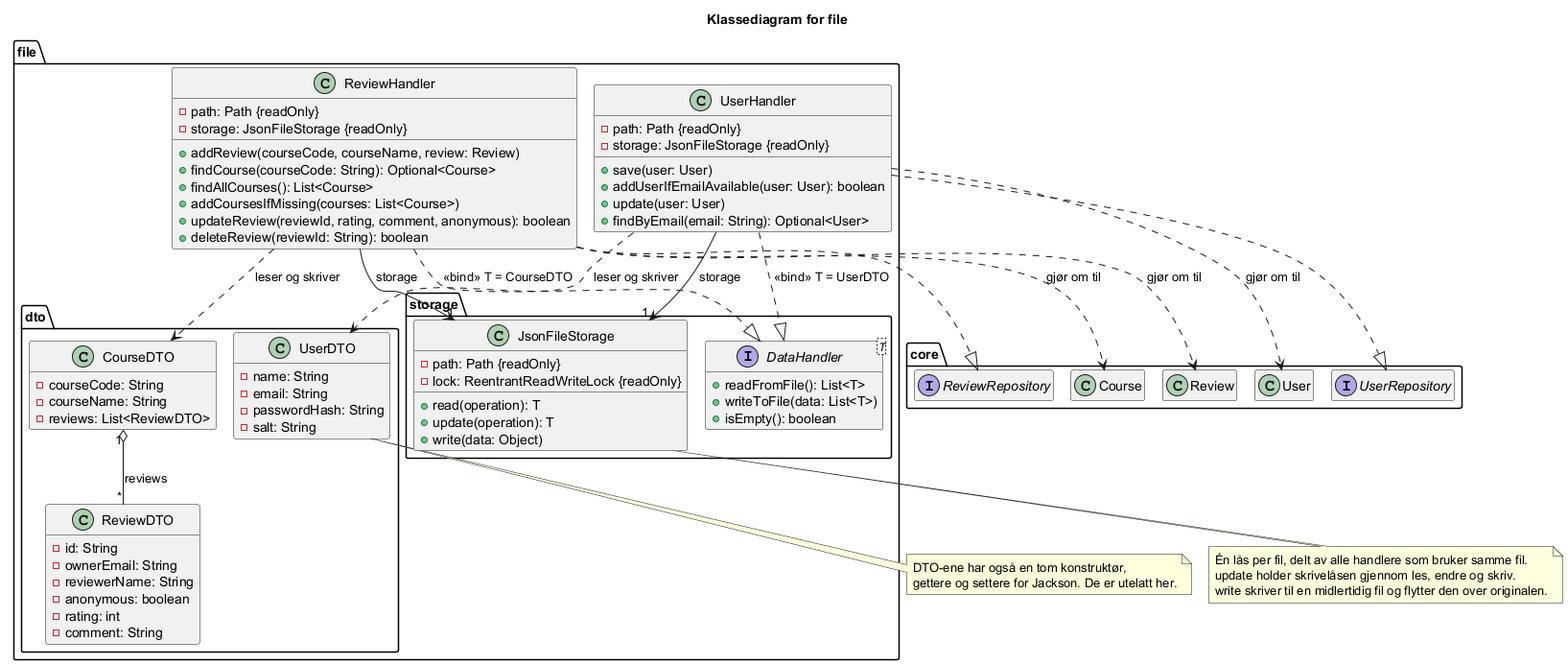
Earlier version of the PlantUML export arkitektur/png/klassediagramFile.png (JesperBarosen/BIThub).
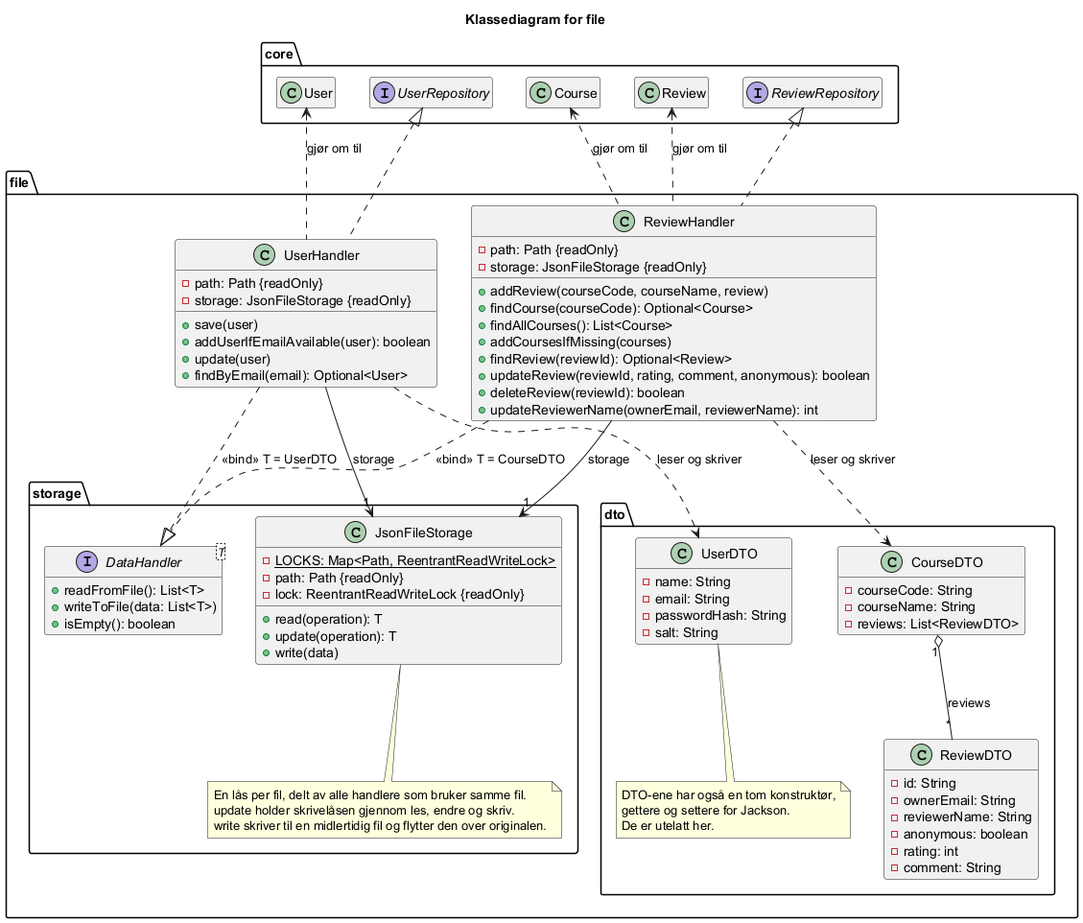
Above is the later version.

What changed in the source:
```diff
@@ -1,5 +1,4 @@
-@startuml
-!pragma layout smetana
+@startuml klassediagramFile
 hide empty members
 
 title Klassediagram for file
@@ -16,21 +15,23 @@
     class ReviewHandler {
         - path: Path {readOnly}
         - storage: JsonFileStorage {readOnly}
-        + addReview(courseCode, courseName, review: Review)
-        + findCourse(courseCode: String): Optional<Course>
+        + addReview(courseCode, courseName, review)
+        + findCourse(courseCode): Optional<Course>
         + findAllCourses(): List<Course>
-        + addCoursesIfMissing(courses: List<Course>)
+        + addCoursesIfMissing(courses)
+        + findReview(reviewId): Optional<Review>
         + updateReview(reviewId, rating, comment, anonymous): boolean
-        + deleteReview(reviewId: String): boolean
+        + deleteReview(reviewId): boolean
+        + updateReviewerName(ownerEmail, reviewerName): int
     }
 
     class UserHandler {
         - path: Path {readOnly}
         - storage: JsonFileStorage {readOnly}
-        + save(user: User)
-        + addUserIfEmailAvailable(user: User): boolean
-        + update(user: User)
-        + findByEmail(email: String): Optional<User>
+        + save(user)
+        + addUserIfEmailAvailable(user): boolean
+        + update(user)
+        + findByEmail(email): Optional<User>
     }
 }
 
@@ -42,12 +43,19 @@
     }
 
     class JsonFileStorage {
+        - {static} LOCKS: Map<Path, ReentrantReadWriteLock>
         - path: Path {readOnly}
         - lock: ReentrantReadWriteLock {readOnly}
         + read(operation): T
         + update(operation): T
-        + write(data: Object)
+        + write(data)
     }
+
+    note bottom of JsonFileStorage
+      En lås per fil, delt av alle handlere som bruker samme fil.
+      update holder skrivelåsen gjennom les, endre og skriv.
+      write skriver til en midlertidig fil og flytter den over originalen.
+    end note
 }
 
 package file.dto {
@@ -72,32 +80,27 @@
         - passwordHash: String
         - salt: String
     }
+
+    note bottom of UserDTO
+      DTO-ene har også en tom konstruktør,
+      gettere og settere for Jackson.
+      De er utelatt her.
+    end note
 }
 
-ReviewHandler ..|> ReviewRepository
+ReviewRepository <|.. ReviewHandler
+UserRepository <|.. UserHandler
+Course <.. ReviewHandler : gjør om til
+Review <.. ReviewHandler : gjør om til
+User <.. UserHandler : gjør om til
+
 ReviewHandler ..|> DataHandler : <<bind>> T = CourseDTO
-UserHandler ..|> UserRepository
 UserHandler ..|> DataHandler : <<bind>> T = UserDTO
-
 ReviewHandler --> "1" JsonFileStorage : storage
 UserHandler --> "1" JsonFileStorage : storage
 
+ReviewHandler ..> CourseDTO : leser og skriver
+UserHandler ..> UserDTO : leser og skriver
 CourseDTO "1" o-- "*" ReviewDTO : reviews
-ReviewHandler ..> CourseDTO : leser og skriver
-ReviewHandler ..> Course : gjør om til
-ReviewHandler ..> Review : gjør om til
-UserHandler ..> UserDTO : leser og skriver
-UserHandler ..> User : gjør om til
-
-note bottom of JsonFileStorage
-  Én lås per fil, delt av alle handlere som bruker samme fil.
-  update holder skrivelåsen gjennom les, endre og skriv.
-  write skriver til en midlertidig fil og flytter den over originalen.
-end note
-
-note bottom of UserDTO
-  DTO-ene har også en tom konstruktør,
-  gettere og settere for Jackson. De er utelatt her.
-end note
 
 @enduml
```
